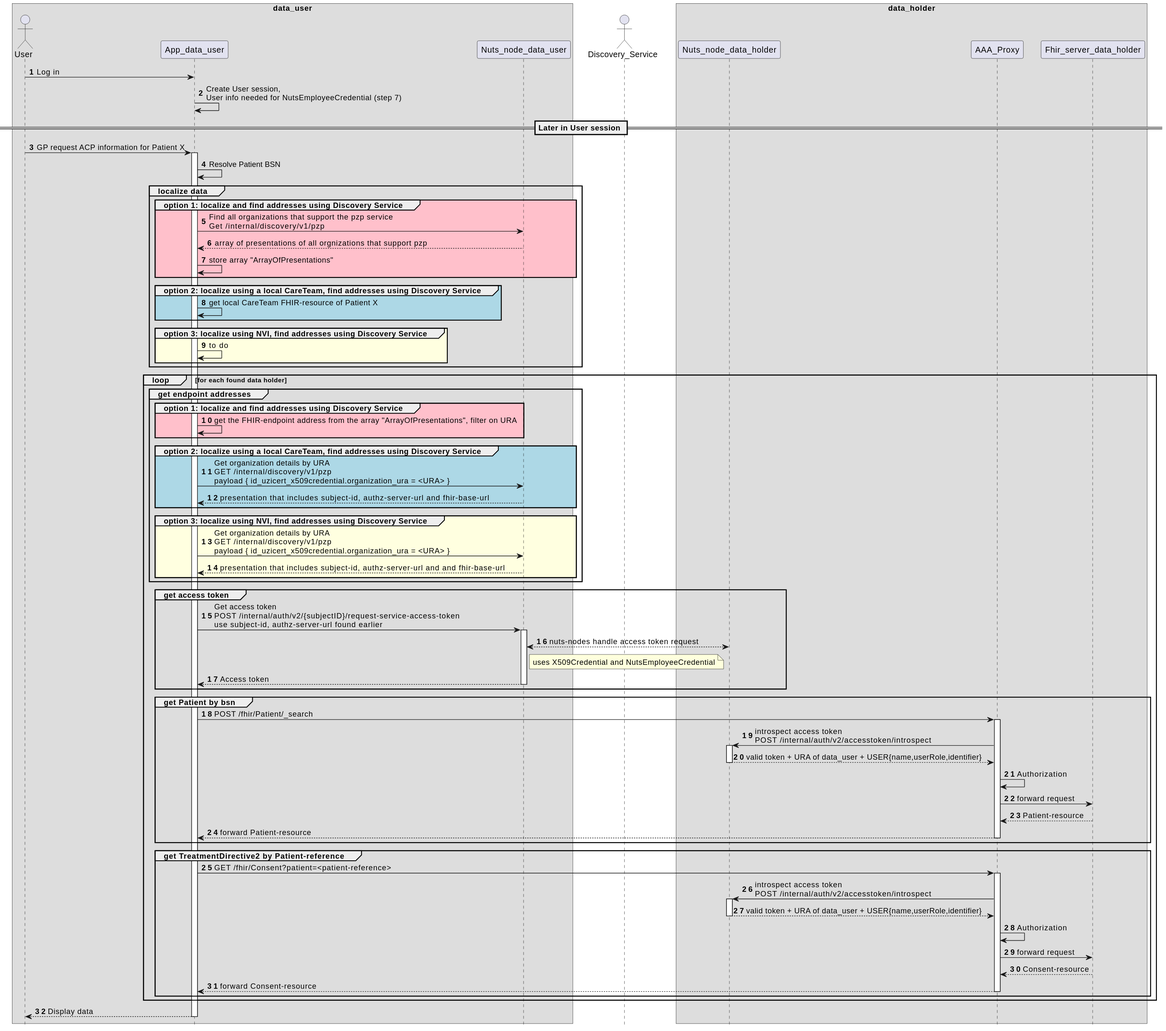
Earlier version of the PlantUML export out/sequence-diagrams/request-data-from-multiple-data-holders/request-data-from-multiple-data-holders.svg (nuts-foundation/application-on-nuts-acp-pzp).
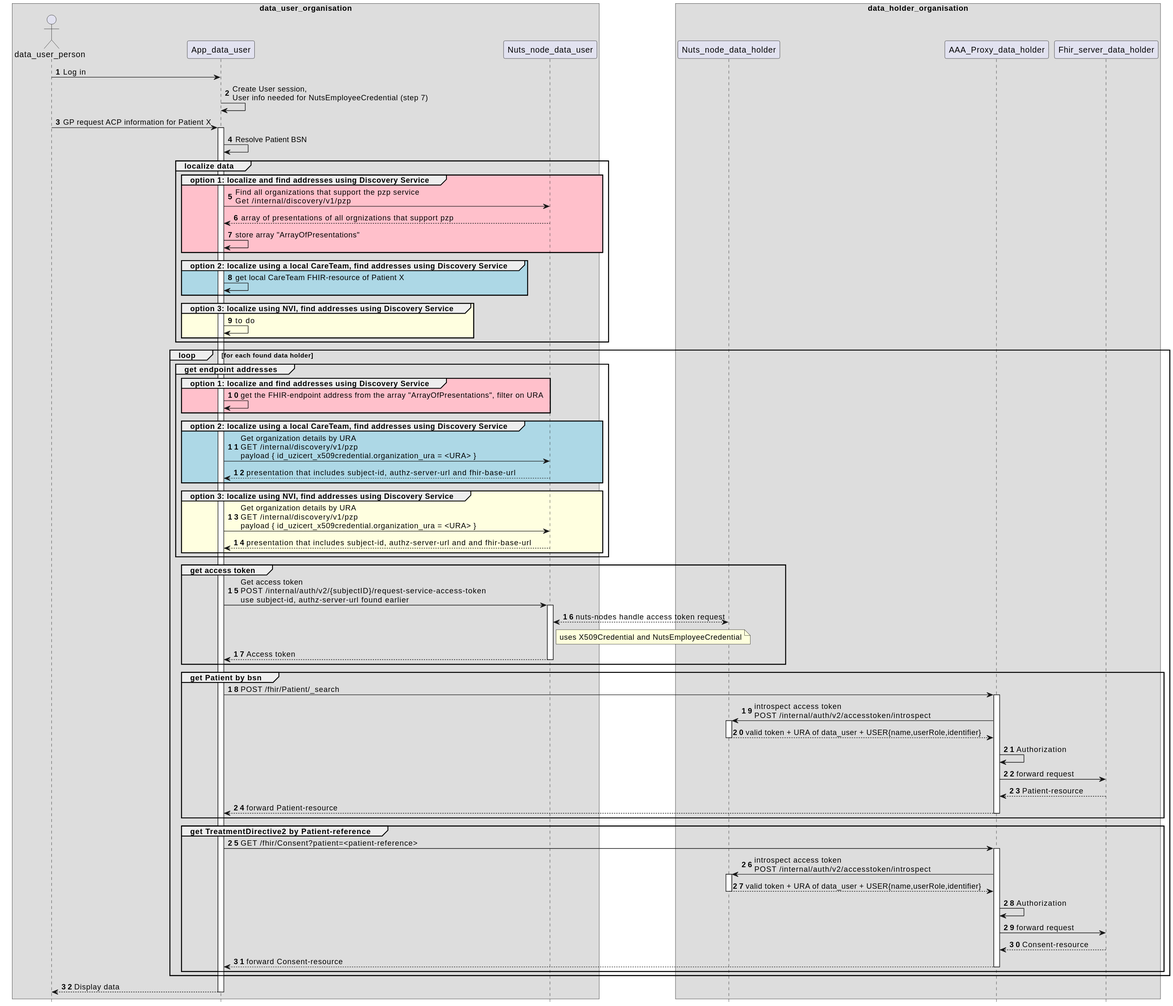
After the change.

Change to the diagram source:
```diff
@@ -3,25 +3,21 @@
 autonumber
 skinparam BoxPadding 20
 
-box data_user
-actor User
+box data_user_organisation
+actor data_user_person
 participant App_data_user
 participant Nuts_node_data_user
 end box
 
-actor Discovery_Service
-
-box data_holder
+box data_holder_organisation
 participant Nuts_node_data_holder
-participant AAA_Proxy
+participant AAA_Proxy_data_holder
 participant Fhir_server_data_holder
 end box
-User -> App_data_user : Log in
+data_user_person -> App_data_user : Log in
 App_data_user -> App_data_user : Create User session, \nUser info needed for NutsEmployeeCredential (step 7)
 
-== Later in User session ==
-
-User -> App_data_user : GP request ACP information for Patient X
+data_user_person -> App_data_user : GP request ACP information for Patient X
 activate App_data_user
     App_data_user -> App_data_user: Resolve Patient BSN
 
@@ -68,35 +64,34 @@
         end group
 
         group get Patient by bsn
-            App_data_user -> AAA_Proxy: POST /fhir/Patient/_search
-            activate AAA_Proxy
-                AAA_Proxy -> Nuts_node_data_holder : introspect access token\nPOST /internal/auth/v2/accesstoken/introspect
+            App_data_user -> AAA_Proxy_data_holder: POST /fhir/Patient/_search
+            activate AAA_Proxy_data_holder
+                AAA_Proxy_data_holder -> Nuts_node_data_holder : introspect access token\nPOST /internal/auth/v2/accesstoken/introspect
                 activate Nuts_node_data_holder
-                    Nuts_node_data_holder-->AAA_Proxy : valid token + URA of data_user + USER{name,userRole,identifier}
+                    Nuts_node_data_holder-->AAA_Proxy_data_holder : valid token + URA of data_user + USER{name,userRole,identifier}
                 deactivate Nuts_node_data_holder
-                AAA_Proxy -> AAA_Proxy: Authorization
-                AAA_Proxy->Fhir_server_data_holder: forward request
-                Fhir_server_data_holder-->AAA_Proxy: Patient-resource
-                AAA_Proxy --> App_data_user: forward Patient-resource
-            deactivate AAA_Proxy
+                AAA_Proxy_data_holder -> AAA_Proxy_data_holder: Authorization
+                AAA_Proxy_data_holder->Fhir_server_data_holder: forward request
+                Fhir_server_data_holder-->AAA_Proxy_data_holder: Patient-resource
+                AAA_Proxy_data_holder --> App_data_user: forward Patient-resource
+            deactivate AAA_Proxy_data_holder
         end group
 
         group get TreatmentDirective2 by Patient-reference
-            App_data_user -> AAA_Proxy: GET /fhir/Consent?patient=<patient-reference>
-            activate AAA_Proxy
-                AAA_Proxy -> Nuts_node_data_holder : introspect access token\nPOST /internal/auth/v2/accesstoken/introspect
+            App_data_user -> AAA_Proxy_data_holder: GET /fhir/Consent?patient=<patient-reference>
+            activate AAA_Proxy_data_holder
+                AAA_Proxy_data_holder -> Nuts_node_data_holder : introspect access token\nPOST /internal/auth/v2/accesstoken/introspect
                 activate Nuts_node_data_holder
-                    Nuts_node_data_holder-->AAA_Proxy : valid token + URA of data_user + USER{name,userRole,identifier}
+                    Nuts_node_data_holder-->AAA_Proxy_data_holder : valid token + URA of data_user + USER{name,userRole,identifier}
                 deactivate Nuts_node_data_holder
-                AAA_Proxy -> AAA_Proxy: Authorization
-                AAA_Proxy->Fhir_server_data_holder: forward request
-                Fhir_server_data_holder-->AAA_Proxy: Consent-resource
-                AAA_Proxy --> App_data_user: forward Consent-resource
-            deactivate AAA_Proxy
+                AAA_Proxy_data_holder -> AAA_Proxy_data_holder: Authorization
+                AAA_Proxy_data_holder->Fhir_server_data_holder: forward request
+                Fhir_server_data_holder-->AAA_Proxy_data_holder: Consent-resource
+                AAA_Proxy_data_holder --> App_data_user: forward Consent-resource
+            deactivate AAA_Proxy_data_holder
         end group
-
     end loop
 
-    App_data_user-->User : Display data
+    App_data_user-->data_user_person : Display data
 deactivate App_data_user
 @enduml
```
